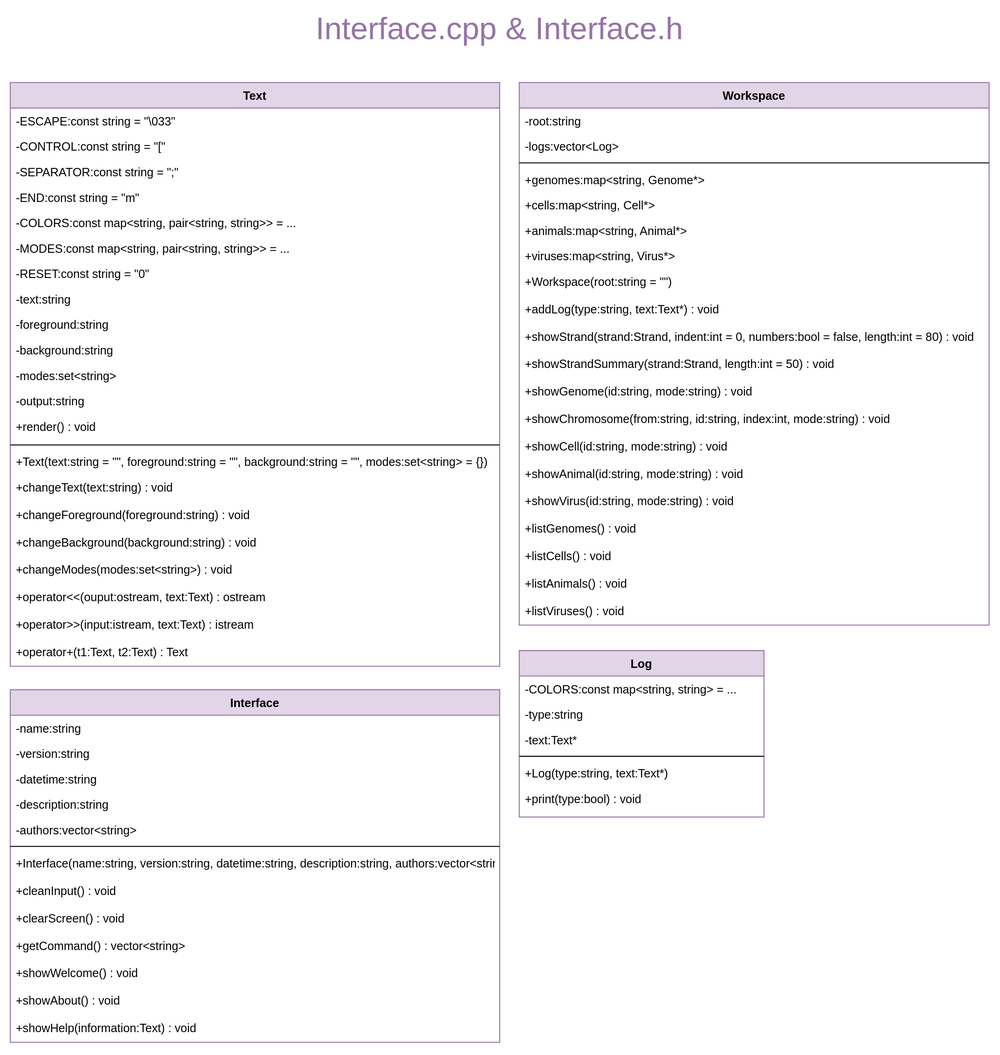
k-forghani/class-of-life keeps this draw.io diagram as schema/classes/Interface.drawio.svg. Above is the earlier version. Source tidied: cells renumbered, new cells last; positions are measured from the earlier drawing's top-left corner, leaving out a move shared by most shapes.
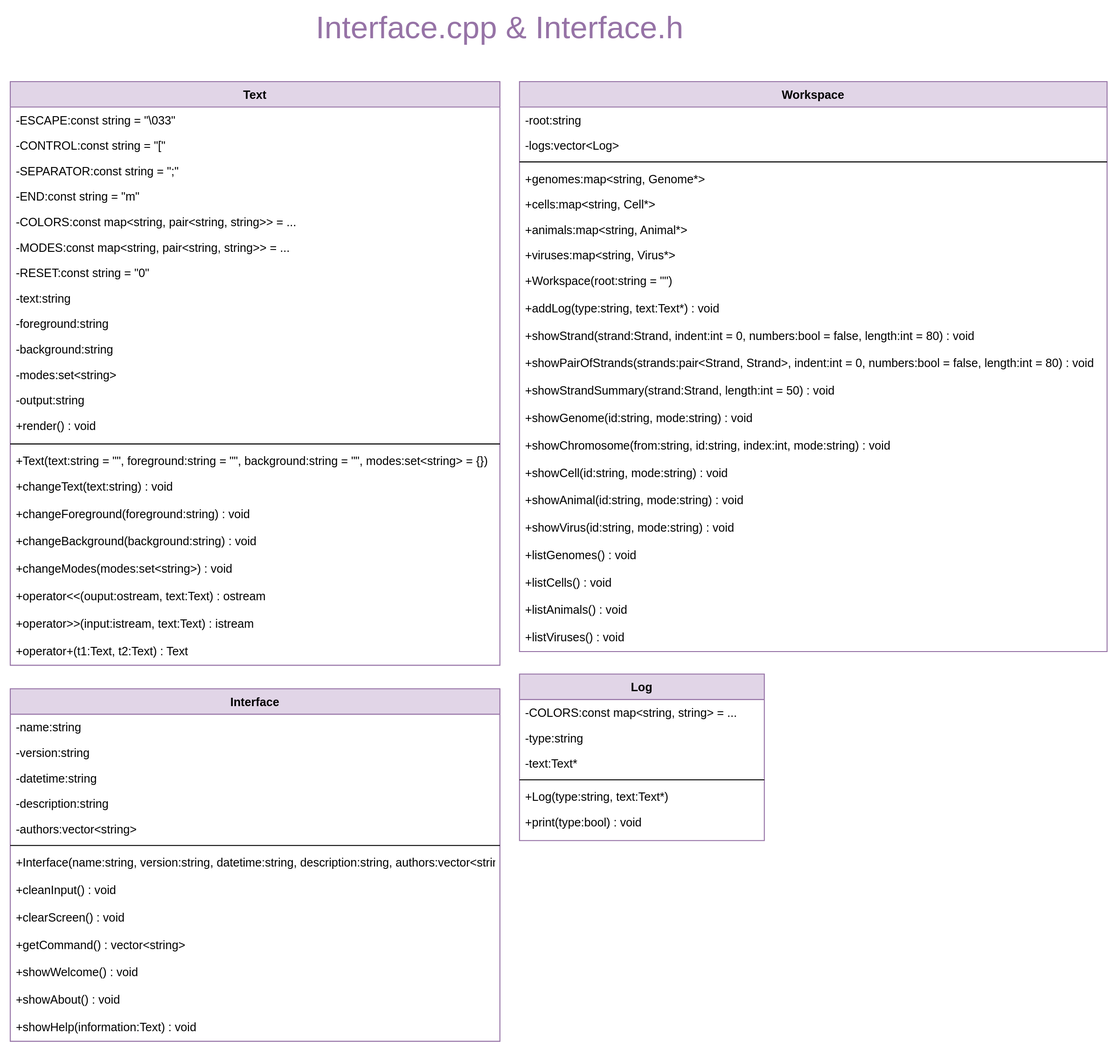
After the commit.

Diff of the diagram source:
```diff
@@ -75,7 +75,7 @@
       <mxGeometry y="568" width="500" height="28" as="geometry" />
     </mxCell>
     <mxCell id="26" value="Log" style="swimlane;fontStyle=1;align=center;verticalAlign=top;horizontal=1;startSize=26;rounded=0;shadow=0;strokeWidth=1;fillColor=#e1d5e7;strokeColor=#9673a6;swimlaneFillColor=default;" parent="1" vertex="1">
-      <mxGeometry x="520" y="650" width="250" height="170" as="geometry" />
+      <mxGeometry x="520" y="675" width="250" height="170" as="geometry" />
     </mxCell>
     <mxCell id="27" value="-COLORS:const map&lt;string, string&gt; = ..." style="text;align=left;verticalAlign=top;spacingLeft=4;spacingRight=4;overflow=hidden;" parent="26" vertex="1">
       <mxGeometry y="26" width="250" height="26" as="geometry" />
@@ -96,67 +96,70 @@
       <mxGeometry y="138" width="250" height="28" as="geometry" />
     </mxCell>
     <mxCell id="33" value="Workspace" style="swimlane;fontStyle=1;align=center;verticalAlign=top;horizontal=1;startSize=26;rounded=0;shadow=0;strokeWidth=1;fillColor=#e1d5e7;strokeColor=#9673a6;swimlaneFillColor=default;" parent="1" vertex="1">
-      <mxGeometry x="520" y="70" width="480" height="554" as="geometry" />
+      <mxGeometry x="520" y="70" width="600" height="582" as="geometry" />
     </mxCell>
     <mxCell id="34" value="-root:string" style="text;align=left;verticalAlign=top;spacingLeft=4;spacingRight=4;overflow=hidden;" parent="33" vertex="1">
-      <mxGeometry y="26" width="480" height="26" as="geometry" />
+      <mxGeometry y="26" width="600" height="26" as="geometry" />
     </mxCell>
     <mxCell id="35" value="-logs:vector&lt;Log&gt;" style="text;align=left;verticalAlign=top;spacingLeft=4;spacingRight=4;overflow=hidden;" parent="33" vertex="1">
-      <mxGeometry y="52" width="480" height="26" as="geometry" />
+      <mxGeometry y="52" width="600" height="26" as="geometry" />
     </mxCell>
     <mxCell id="36" style="line;html=1;strokeWidth=1;align=left;verticalAlign=middle;spacingTop=-1;spacingLeft=3;spacingRight=3;labelPosition=right;" parent="33" vertex="1">
-      <mxGeometry y="78" width="480" height="8" as="geometry" />
+      <mxGeometry y="78" width="600" height="8" as="geometry" />
     </mxCell>
     <mxCell id="37" value="+genomes:map&lt;string, Genome*&gt;" style="text;align=left;verticalAlign=top;spacingLeft=4;spacingRight=4;overflow=hidden;" parent="33" vertex="1">
-      <mxGeometry y="86" width="480" height="26" as="geometry" />
+      <mxGeometry y="86" width="600" height="26" as="geometry" />
     </mxCell>
     <mxCell id="38" value="+cells:map&lt;string, Cell*&gt;" style="text;align=left;verticalAlign=top;spacingLeft=4;spacingRight=4;overflow=hidden;" parent="33" vertex="1">
-      <mxGeometry y="112" width="480" height="26" as="geometry" />
+      <mxGeometry y="112" width="600" height="26" as="geometry" />
     </mxCell>
     <mxCell id="39" value="+animals:map&lt;string, Animal*&gt;" style="text;align=left;verticalAlign=top;spacingLeft=4;spacingRight=4;overflow=hidden;" parent="33" vertex="1">
-      <mxGeometry y="138" width="480" height="26" as="geometry" />
+      <mxGeometry y="138" width="600" height="26" as="geometry" />
     </mxCell>
     <mxCell id="40" value="+viruses:map&lt;string, Virus*&gt;" style="text;align=left;verticalAlign=top;spacingLeft=4;spacingRight=4;overflow=hidden;" parent="33" vertex="1">
-      <mxGeometry y="164" width="480" height="26" as="geometry" />
+      <mxGeometry y="164" width="600" height="26" as="geometry" />
     </mxCell>
     <mxCell id="41" value="+Workspace(root:string = &quot;&quot;)" style="text;align=left;verticalAlign=top;spacingLeft=4;spacingRight=4;overflow=hidden;" parent="33" vertex="1">
-      <mxGeometry y="190" width="480" height="28" as="geometry" />
+      <mxGeometry y="190" width="600" height="28" as="geometry" />
     </mxCell>
     <mxCell id="42" value="+addLog(type:string, text:Text*) : void" style="text;align=left;verticalAlign=top;spacingLeft=4;spacingRight=4;overflow=hidden;" parent="33" vertex="1">
-      <mxGeometry y="218" width="480" height="28" as="geometry" />
+      <mxGeometry y="218" width="600" height="28" as="geometry" />
     </mxCell>
     <mxCell id="43" value="+showStrand(strand:Strand, indent:int = 0, numbers:bool = false, length:int = 80) : void" style="text;align=left;verticalAlign=top;spacingLeft=4;spacingRight=4;overflow=hidden;" parent="33" vertex="1">
-      <mxGeometry y="246" width="480" height="28" as="geometry" />
+      <mxGeometry y="246" width="600" height="28" as="geometry" />
     </mxCell>
-    <mxCell id="44" value="+showStrandSummary(strand:Strand, length:int = 50) : void" style="text;align=left;verticalAlign=top;spacingLeft=4;spacingRight=4;overflow=hidden;" parent="33" vertex="1">
-      <mxGeometry y="274" width="480" height="28" as="geometry" />
+    <mxCell id="44" value="+showPairOfStrands(strands:pair&lt;Strand, Strand&gt;, indent:int = 0, numbers:bool = false, length:int = 80) : void" style="text;align=left;verticalAlign=top;spacingLeft=4;spacingRight=4;overflow=hidden;" parent="33" vertex="1">
+      <mxGeometry y="274" width="600" height="28" as="geometry" />
     </mxCell>
+    <mxCell id="68" value="+showStrandSummary(strand:Strand, length:int = 50) : void" style="text;align=left;verticalAlign=top;spacingLeft=4;spacingRight=4;overflow=hidden;" parent="33" vertex="1">
+      <mxGeometry y="302" width="600" height="28" as="geometry" />
+    </mxCell>
     <mxCell id="45" value="+showGenome(id:string, mode:string) : void" style="text;align=left;verticalAlign=top;spacingLeft=4;spacingRight=4;overflow=hidden;" parent="33" vertex="1">
-      <mxGeometry y="302" width="480" height="28" as="geometry" />
+      <mxGeometry y="330" width="600" height="28" as="geometry" />
     </mxCell>
     <mxCell id="46" value="+showChromosome(from:string, id:string, index:int, mode:string) : void" style="text;align=left;verticalAlign=top;spacingLeft=4;spacingRight=4;overflow=hidden;" parent="33" vertex="1">
-      <mxGeometry y="330" width="480" height="28" as="geometry" />
+      <mxGeometry y="358" width="600" height="28" as="geometry" />
     </mxCell>
     <mxCell id="47" value="+showCell(id:string, mode:string) : void" style="text;align=left;verticalAlign=top;spacingLeft=4;spacingRight=4;overflow=hidden;" parent="33" vertex="1">
-      <mxGeometry y="358" width="480" height="28" as="geometry" />
+      <mxGeometry y="386" width="600" height="28" as="geometry" />
     </mxCell>
     <mxCell id="48" value="+showAnimal(id:string, mode:string) : void" style="text;align=left;verticalAlign=top;spacingLeft=4;spacingRight=4;overflow=hidden;" parent="33" vertex="1">
-      <mxGeometry y="386" width="480" height="28" as="geometry" />
+      <mxGeometry y="414" width="600" height="28" as="geometry" />
     </mxCell>
     <mxCell id="49" value="+showVirus(id:string, mode:string) : void" style="text;align=left;verticalAlign=top;spacingLeft=4;spacingRight=4;overflow=hidden;" parent="33" vertex="1">
-      <mxGeometry y="414" width="480" height="28" as="geometry" />
+      <mxGeometry y="442" width="600" height="28" as="geometry" />
     </mxCell>
     <mxCell id="50" value="+listGenomes() : void" style="text;align=left;verticalAlign=top;spacingLeft=4;spacingRight=4;overflow=hidden;" parent="33" vertex="1">
-      <mxGeometry y="442" width="480" height="28" as="geometry" />
+      <mxGeometry y="470" width="600" height="28" as="geometry" />
     </mxCell>
     <mxCell id="51" value="+listCells() : void" style="text;align=left;verticalAlign=top;spacingLeft=4;spacingRight=4;overflow=hidden;" parent="33" vertex="1">
-      <mxGeometry y="470" width="480" height="28" as="geometry" />
+      <mxGeometry y="498" width="600" height="28" as="geometry" />
     </mxCell>
     <mxCell id="52" value="+listAnimals() : void" style="text;align=left;verticalAlign=top;spacingLeft=4;spacingRight=4;overflow=hidden;" parent="33" vertex="1">
-      <mxGeometry y="498" width="480" height="28" as="geometry" />
+      <mxGeometry y="526" width="600" height="28" as="geometry" />
     </mxCell>
     <mxCell id="53" value="+listViruses() : void" style="text;align=left;verticalAlign=top;spacingLeft=4;spacingRight=4;overflow=hidden;" parent="33" vertex="1">
-      <mxGeometry y="526" width="480" height="28" as="geometry" />
+      <mxGeometry y="554" width="600" height="28" as="geometry" />
     </mxCell>
     <mxCell id="54" value="Interface" style="swimlane;fontStyle=1;align=center;verticalAlign=top;horizontal=1;startSize=26;rounded=0;shadow=0;strokeWidth=1;fillColor=#e1d5e7;strokeColor=#9673a6;swimlaneFillColor=default;" parent="1" vertex="1">
       <mxGeometry y="690" width="500" height="360" as="geometry" />
```
